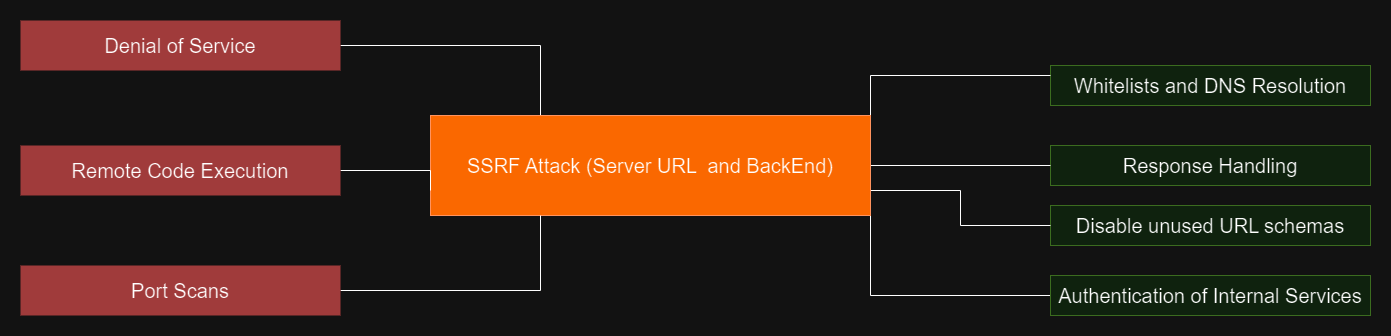
The draw.io diagram 4. Client layer/angularSSRF.png in Dragan2402/zoss-23-24, before a commit. Source tidied: cells renumbered, new cells last; positions are measured from the earlier drawing's top-left corner, leaving out a move shared by most shapes. The source it was exported from:
```xml
<mxGraphModel>
  <root>
    <mxCell id="0" />
    <mxCell id="1" parent="0" />
    <mxCell id="2" style="edgeStyle=orthogonalEdgeStyle;rounded=0;jettySize=auto;html=1;exitX=1;exitY=0.5;exitDx=0;exitDy=0;entryX=0.25;entryY=0;entryDx=0;entryDy=0;endArrow=none;endFill=0;" parent="1" edge="1" source="3" target="11">
      <mxGeometry relative="1" as="geometry" />
    </mxCell>
    <mxCell id="3" value="&lt;font style=&quot;font-size: 20px;&quot;&gt;Denial of Service&lt;/font&gt;" style="rounded=0;whiteSpace=wrap;html=1;fillStyle=solid;fillColor=#FF9999;strokeColor=none;" parent="1" vertex="1">
      <mxGeometry width="320" height="50" as="geometry" />
    </mxCell>
    <mxCell id="4" value="&lt;span style=&quot;font-size: 20px;&quot;&gt;Response Handling&lt;/span&gt;" style="rounded=0;whiteSpace=wrap;html=1;fillStyle=solid;fillColor=#d5e8d4;strokeColor=#82b366;" parent="1" vertex="1">
      <mxGeometry x="1030" y="125" width="320" height="40" as="geometry" />
    </mxCell>
    <mxCell id="5" value="&lt;span style=&quot;font-size: 20px;&quot;&gt;Disable unused URL schemas&lt;/span&gt;" style="rounded=0;whiteSpace=wrap;html=1;fillStyle=solid;fillColor=#d5e8d4;strokeColor=#82b366;" parent="1" vertex="1">
      <mxGeometry x="1030" y="185" width="320" height="40" as="geometry" />
    </mxCell>
    <mxCell id="6" value="&lt;span style=&quot;font-size: 20px;&quot;&gt;Whitelists and DNS Resolution&lt;/span&gt;" style="rounded=0;whiteSpace=wrap;html=1;fillStyle=solid;fillColor=#d5e8d4;strokeColor=#82b366;" parent="1" vertex="1">
      <mxGeometry x="1030" y="45" width="320" height="40" as="geometry" />
    </mxCell>
    <mxCell id="7" style="edgeStyle=orthogonalEdgeStyle;rounded=0;jettySize=auto;html=1;exitX=1;exitY=0;exitDx=0;exitDy=0;entryX=0;entryY=0.25;entryDx=0;entryDy=0;endArrow=none;endFill=0;" parent="1" edge="1" source="11" target="6">
      <mxGeometry relative="1" as="geometry" />
    </mxCell>
    <mxCell id="8" style="edgeStyle=orthogonalEdgeStyle;rounded=0;jettySize=auto;html=1;exitX=1;exitY=0.5;exitDx=0;exitDy=0;entryX=0;entryY=0.5;entryDx=0;entryDy=0;endArrow=none;endFill=0;" parent="1" edge="1" source="11" target="4">
      <mxGeometry relative="1" as="geometry" />
    </mxCell>
    <mxCell id="9" style="edgeStyle=orthogonalEdgeStyle;rounded=0;jettySize=auto;html=1;exitX=1;exitY=1;exitDx=0;exitDy=0;entryX=0;entryY=0.5;entryDx=0;entryDy=0;endArrow=none;endFill=0;" parent="1" edge="1" source="11" target="16">
      <mxGeometry relative="1" as="geometry" />
    </mxCell>
    <mxCell id="10" style="edgeStyle=orthogonalEdgeStyle;rounded=0;jettySize=auto;html=1;exitX=1;exitY=0.75;exitDx=0;exitDy=0;entryX=0;entryY=0.5;entryDx=0;entryDy=0;endArrow=none;endFill=0;" parent="1" edge="1" source="11" target="5">
      <mxGeometry relative="1" as="geometry" />
    </mxCell>
    <mxCell id="11" value="&lt;font style=&quot;font-size: 20px;&quot;&gt;SSRF Attack (Server URL&amp;nbsp; and BackEnd)&lt;/font&gt;" style="rounded=0;whiteSpace=wrap;html=1;fillStyle=solid;fillColor=#fa6800;strokeColor=#C73500;fontColor=#000000;" parent="1" vertex="1">
      <mxGeometry x="410" y="95" width="440" height="100" as="geometry" />
    </mxCell>
    <mxCell id="12" style="edgeStyle=orthogonalEdgeStyle;rounded=0;jettySize=auto;html=1;exitX=1;exitY=0.5;exitDx=0;exitDy=0;entryX=0;entryY=0.75;entryDx=0;entryDy=0;endArrow=none;endFill=0;" parent="1" edge="1" source="13" target="11">
      <mxGeometry relative="1" as="geometry">
        <Array as="points">
          <mxPoint x="410" y="150" />
        </Array>
      </mxGeometry>
    </mxCell>
    <mxCell id="13" value="&lt;font style=&quot;font-size: 20px;&quot;&gt;Remote Code Execution&lt;/font&gt;" style="rounded=0;whiteSpace=wrap;html=1;fillStyle=solid;fillColor=#FF9999;strokeColor=none;" parent="1" vertex="1">
      <mxGeometry y="125" width="320" height="50" as="geometry" />
    </mxCell>
    <mxCell id="14" style="edgeStyle=orthogonalEdgeStyle;rounded=0;jettySize=auto;html=1;exitX=1;exitY=0.5;exitDx=0;exitDy=0;entryX=0.25;entryY=1;entryDx=0;entryDy=0;endArrow=none;endFill=0;" parent="1" edge="1" source="15" target="11">
      <mxGeometry relative="1" as="geometry" />
    </mxCell>
    <mxCell id="15" value="&lt;font style=&quot;font-size: 20px;&quot;&gt;Port Scans&lt;/font&gt;" style="rounded=0;whiteSpace=wrap;html=1;fillStyle=solid;fillColor=#FF9999;strokeColor=none;" parent="1" vertex="1">
      <mxGeometry y="245" width="320" height="50" as="geometry" />
    </mxCell>
    <mxCell id="16" value="&lt;span style=&quot;font-size: 20px;&quot;&gt;Authentication of Internal Services&lt;/span&gt;" style="rounded=0;whiteSpace=wrap;html=1;fillStyle=solid;fillColor=#d5e8d4;strokeColor=#82b366;" parent="1" vertex="1">
      <mxGeometry x="1030" y="255" width="320" height="40" as="geometry" />
    </mxCell>
  </root>
</mxGraphModel>
```
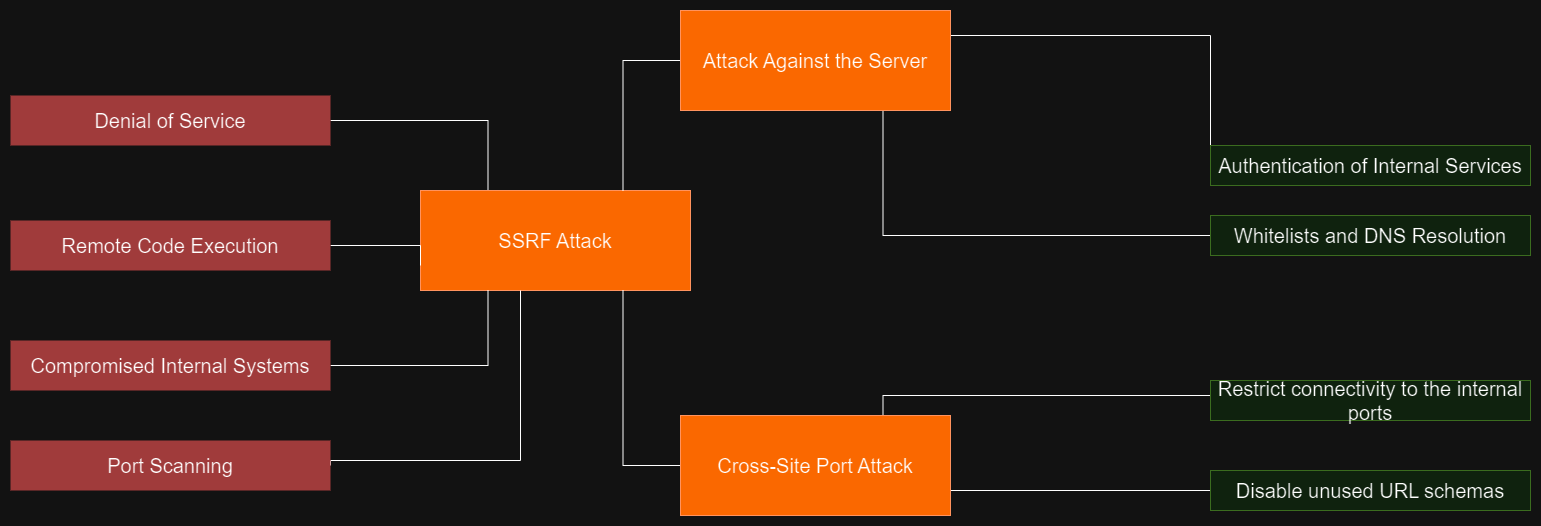
After the change.

Commit message:
Added Angular SSRF Attack

Diff of the diagram source:
```diff
@@ -8,29 +8,31 @@
     <mxCell id="3" value="&lt;font style=&quot;font-size: 20px;&quot;&gt;Denial of Service&lt;/font&gt;" style="rounded=0;whiteSpace=wrap;html=1;fillStyle=solid;fillColor=#FF9999;strokeColor=none;" parent="1" vertex="1">
       <mxGeometry width="320" height="50" as="geometry" />
     </mxCell>
+    <mxCell id="17" style="edgeStyle=orthogonalEdgeStyle;rounded=0;jettySize=auto;html=1;exitX=0;exitY=0.5;exitDx=0;exitDy=0;entryX=0.75;entryY=0;entryDx=0;entryDy=0;endArrow=none;endFill=0;" parent="1" edge="1" source="4" target="22">
+      <mxGeometry relative="1" as="geometry">
+        <Array as="points">
+          <mxPoint x="1200" y="300" />
+          <mxPoint x="873" y="300" />
+        </Array>
+      </mxGeometry>
+    </mxCell>
-    <mxCell id="4" value="&lt;span style=&quot;font-size: 20px;&quot;&gt;Response Handling&lt;/span&gt;" style="rounded=0;whiteSpace=wrap;html=1;fillStyle=solid;fillColor=#d5e8d4;strokeColor=#82b366;" parent="1" vertex="1">
-      <mxGeometry x="1030" y="125" width="320" height="40" as="geometry" />
+    <mxCell id="4" value="&lt;font style=&quot;font-size: 20px;&quot;&gt;Restrict connectivity to the internal ports&lt;/font&gt;" style="rounded=0;whiteSpace=wrap;html=1;fillStyle=solid;fillColor=#d5e8d4;strokeColor=#82b366;" parent="1" vertex="1">
+      <mxGeometry x="1200" y="285" width="320" height="40" as="geometry" />
     </mxCell>
+    <mxCell id="18" style="edgeStyle=orthogonalEdgeStyle;rounded=0;jettySize=auto;html=1;exitX=0;exitY=0.5;exitDx=0;exitDy=0;entryX=1;entryY=0.75;entryDx=0;entryDy=0;endArrow=none;endFill=0;" parent="1" edge="1" source="5" target="22">
+      <mxGeometry relative="1" as="geometry" />
+    </mxCell>
     <mxCell id="5" value="&lt;span style=&quot;font-size: 20px;&quot;&gt;Disable unused URL schemas&lt;/span&gt;" style="rounded=0;whiteSpace=wrap;html=1;fillStyle=solid;fillColor=#d5e8d4;strokeColor=#82b366;" parent="1" vertex="1">
-      <mxGeometry x="1030" y="185" width="320" height="40" as="geometry" />
+      <mxGeometry x="1200" y="375" width="320" height="40" as="geometry" />
     </mxCell>
+    <mxCell id="19" style="edgeStyle=orthogonalEdgeStyle;rounded=0;jettySize=auto;html=1;exitX=0;exitY=0.5;exitDx=0;exitDy=0;entryX=0.75;entryY=1;entryDx=0;entryDy=0;endArrow=none;endFill=0;" parent="1" edge="1" source="6" target="24">
+      <mxGeometry relative="1" as="geometry" />
+    </mxCell>
     <mxCell id="6" value="&lt;span style=&quot;font-size: 20px;&quot;&gt;Whitelists and DNS Resolution&lt;/span&gt;" style="rounded=0;whiteSpace=wrap;html=1;fillStyle=solid;fillColor=#d5e8d4;strokeColor=#82b366;" parent="1" vertex="1">
-      <mxGeometry x="1030" y="45" width="320" height="40" as="geometry" />
+      <mxGeometry x="1200" y="120" width="320" height="40" as="geometry" />
     </mxCell>
-    <mxCell id="7" style="edgeStyle=orthogonalEdgeStyle;rounded=0;jettySize=auto;html=1;exitX=1;exitY=0;exitDx=0;exitDy=0;entryX=0;entryY=0.25;entryDx=0;entryDy=0;endArrow=none;endFill=0;" parent="1" edge="1" source="11" target="6">
-      <mxGeometry relative="1" as="geometry" />
-    </mxCell>
-    <mxCell id="8" style="edgeStyle=orthogonalEdgeStyle;rounded=0;jettySize=auto;html=1;exitX=1;exitY=0.5;exitDx=0;exitDy=0;entryX=0;entryY=0.5;entryDx=0;entryDy=0;endArrow=none;endFill=0;" parent="1" edge="1" source="11" target="4">
-      <mxGeometry relative="1" as="geometry" />
-    </mxCell>
-    <mxCell id="9" style="edgeStyle=orthogonalEdgeStyle;rounded=0;jettySize=auto;html=1;exitX=1;exitY=1;exitDx=0;exitDy=0;entryX=0;entryY=0.5;entryDx=0;entryDy=0;endArrow=none;endFill=0;" parent="1" edge="1" source="11" target="16">
-      <mxGeometry relative="1" as="geometry" />
-    </mxCell>
-    <mxCell id="10" style="edgeStyle=orthogonalEdgeStyle;rounded=0;jettySize=auto;html=1;exitX=1;exitY=0.75;exitDx=0;exitDy=0;entryX=0;entryY=0.5;entryDx=0;entryDy=0;endArrow=none;endFill=0;" parent="1" edge="1" source="11" target="5">
-      <mxGeometry relative="1" as="geometry" />
-    </mxCell>
-    <mxCell id="11" value="&lt;font style=&quot;font-size: 20px;&quot;&gt;SSRF Attack (Server URL&amp;nbsp; and BackEnd)&lt;/font&gt;" style="rounded=0;whiteSpace=wrap;html=1;fillStyle=solid;fillColor=#fa6800;strokeColor=#C73500;fontColor=#000000;" parent="1" vertex="1">
-      <mxGeometry x="410" y="95" width="440" height="100" as="geometry" />
+    <mxCell id="11" value="&lt;font style=&quot;font-size: 20px;&quot;&gt;SSRF Attack&lt;/font&gt;" style="rounded=0;whiteSpace=wrap;html=1;fillStyle=solid;fillColor=#fa6800;strokeColor=#C73500;fontColor=#000000;" parent="1" vertex="1">
+      <mxGeometry x="410" y="95" width="270" height="100" as="geometry" />
     </mxCell>
     <mxCell id="12" style="edgeStyle=orthogonalEdgeStyle;rounded=0;jettySize=auto;html=1;exitX=1;exitY=0.5;exitDx=0;exitDy=0;entryX=0;entryY=0.75;entryDx=0;entryDy=0;endArrow=none;endFill=0;" parent="1" edge="1" source="13" target="11">
       <mxGeometry relative="1" as="geometry">
@@ -45,11 +47,37 @@
     <mxCell id="14" style="edgeStyle=orthogonalEdgeStyle;rounded=0;jettySize=auto;html=1;exitX=1;exitY=0.5;exitDx=0;exitDy=0;entryX=0.25;entryY=1;entryDx=0;entryDy=0;endArrow=none;endFill=0;" parent="1" edge="1" source="15" target="11">
       <mxGeometry relative="1" as="geometry" />
     </mxCell>
-    <mxCell id="15" value="&lt;font style=&quot;font-size: 20px;&quot;&gt;Port Scans&lt;/font&gt;" style="rounded=0;whiteSpace=wrap;html=1;fillStyle=solid;fillColor=#FF9999;strokeColor=none;" parent="1" vertex="1">
+    <mxCell id="15" value="&lt;font style=&quot;font-size: 20px;&quot;&gt;Compromised Internal Systems&lt;/font&gt;" style="rounded=0;whiteSpace=wrap;html=1;fillStyle=solid;fillColor=#FF9999;strokeColor=none;" parent="1" vertex="1">
       <mxGeometry y="245" width="320" height="50" as="geometry" />
     </mxCell>
+    <mxCell id="20" style="edgeStyle=orthogonalEdgeStyle;rounded=0;jettySize=auto;html=1;exitX=0;exitY=0;exitDx=0;exitDy=0;entryX=1;entryY=0.25;entryDx=0;entryDy=0;endArrow=none;endFill=0;" parent="1" edge="1" source="16" target="24">
+      <mxGeometry relative="1" as="geometry" />
+    </mxCell>
     <mxCell id="16" value="&lt;span style=&quot;font-size: 20px;&quot;&gt;Authentication of Internal Services&lt;/span&gt;" style="rounded=0;whiteSpace=wrap;html=1;fillStyle=solid;fillColor=#d5e8d4;strokeColor=#82b366;" parent="1" vertex="1">
-      <mxGeometry x="1030" y="255" width="320" height="40" as="geometry" />
+      <mxGeometry x="1200" y="50" width="320" height="40" as="geometry" />
     </mxCell>
+    <mxCell id="21" style="edgeStyle=orthogonalEdgeStyle;rounded=0;jettySize=auto;html=1;exitX=0;exitY=0.5;exitDx=0;exitDy=0;entryX=0.75;entryY=1;entryDx=0;entryDy=0;endArrow=none;endFill=0;" parent="1" edge="1" source="22" target="11">
+      <mxGeometry relative="1" as="geometry" />
+    </mxCell>
+    <mxCell id="22" value="&lt;font style=&quot;font-size: 20px;&quot;&gt;Cross-Site Port Attack&lt;/font&gt;" style="rounded=0;whiteSpace=wrap;html=1;fillStyle=solid;fillColor=#fa6800;strokeColor=#C73500;fontColor=#000000;" parent="1" vertex="1">
+      <mxGeometry x="670" y="320" width="270" height="100" as="geometry" />
+    </mxCell>
+    <mxCell id="23" style="edgeStyle=orthogonalEdgeStyle;rounded=0;jettySize=auto;html=1;exitX=0;exitY=0.5;exitDx=0;exitDy=0;entryX=0.75;entryY=0;entryDx=0;entryDy=0;endArrow=none;endFill=0;" parent="1" edge="1" source="24" target="11">
+      <mxGeometry relative="1" as="geometry" />
+    </mxCell>
+    <mxCell id="24" value="&lt;span style=&quot;font-size: 20px;&quot;&gt;Attack Against the Server&lt;/span&gt;" style="rounded=0;whiteSpace=wrap;html=1;fillStyle=solid;fillColor=#fa6800;strokeColor=#C73500;fontColor=#000000;" parent="1" vertex="1">
+      <mxGeometry x="670" y="-85" width="270" height="100" as="geometry" />
+    </mxCell>
+    <mxCell id="25" style="edgeStyle=orthogonalEdgeStyle;rounded=0;jettySize=auto;html=1;exitX=1;exitY=0.5;exitDx=0;exitDy=0;endArrow=none;endFill=0;" parent="1" edge="1" source="26" target="11">
+      <mxGeometry relative="1" as="geometry">
+        <Array as="points">
+          <mxPoint x="320" y="365" />
+          <mxPoint x="510" y="365" />
+        </Array>
+      </mxGeometry>
+    </mxCell>
+    <mxCell id="26" value="&lt;font style=&quot;font-size: 20px;&quot;&gt;Port Scanning&lt;/font&gt;" style="rounded=0;whiteSpace=wrap;html=1;fillStyle=solid;fillColor=#FF9999;strokeColor=none;" parent="1" vertex="1">
+      <mxGeometry y="345" width="320" height="50" as="geometry" />
+    </mxCell>
   </root>
 </mxGraphModel>
```
